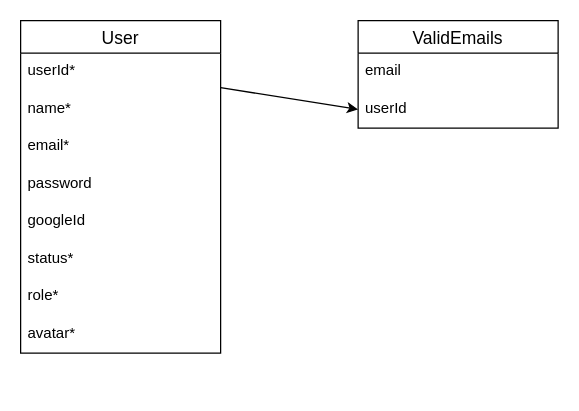
Before: db.drawio in ArvandMolla/bishekast-be, a draw.io diagram. Source tidied: cells renumbered, new cells numbered last; positions are measured from the earlier drawing's top-left corner, leaving out a move shared by most shapes. Both pictures are drawn from the tidied source at 125%, with x=0, y=0 at pixel (20, 20).
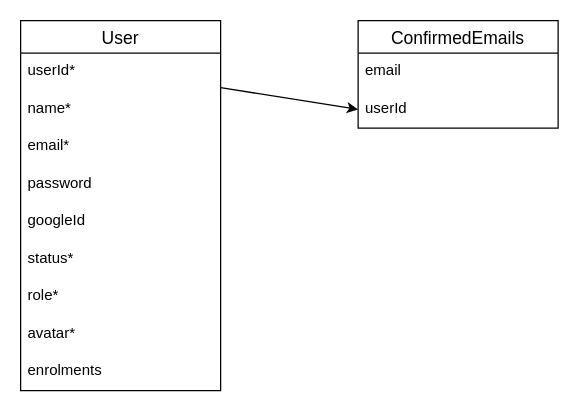
After the change.

Diff of the diagram source:
```diff
@@
 <mxGraphModel>
   <root>
     <mxCell id="0" />
     <mxCell id="1" parent="0" />
     <mxCell id="2" value="User" style="swimlane;fontStyle=0;horizontal=1;startSize=26;align=center;fontSize=14;" parent="1" vertex="1">
-      <mxGeometry width="160" height="266" as="geometry" />
+      <mxGeometry width="160" height="296" as="geometry" />
     </mxCell>
     <mxCell id="3" value="userId*" style="text;strokeColor=none;fillColor=none;spacingLeft=4;spacingRight=4;overflow=hidden;points=[[0,0.5],[1,0.5]];portConstraint=eastwest;fontSize=12;" parent="2" vertex="1">
       <mxGeometry y="26" width="160" height="30" as="geometry" />
     </mxCell>
     <mxCell id="4" value="name*" style="text;strokeColor=none;fillColor=none;spacingLeft=4;spacingRight=4;overflow=hidden;fontSize=12;" parent="2" vertex="1">
       <mxGeometry y="56" width="160" height="30" as="geometry" />
     </mxCell>
     <mxCell id="5" value="email*" style="text;strokeColor=none;fillColor=none;spacingLeft=4;spacingRight=4;overflow=hidden;fontSize=12;" parent="2" vertex="1">
       <mxGeometry y="86" width="160" height="30" as="geometry" />
     </mxCell>
     <mxCell id="6" value="password" style="text;strokeColor=none;fillColor=none;spacingLeft=4;spacingRight=4;overflow=hidden;fontSize=12;" parent="2" vertex="1">
       <mxGeometry y="116" width="160" height="30" as="geometry" />
     </mxCell>
     <mxCell id="7" value="googleId" style="text;strokeColor=none;fillColor=none;spacingLeft=4;spacingRight=4;overflow=hidden;fontSize=12;" parent="2" vertex="1">
       <mxGeometry y="146" width="160" height="30" as="geometry" />
     </mxCell>
     <mxCell id="8" value="status*" style="text;strokeColor=none;fillColor=none;spacingLeft=4;spacingRight=4;overflow=hidden;fontSize=12;" parent="2" vertex="1">
       <mxGeometry y="176" width="160" height="30" as="geometry" />
     </mxCell>
     <mxCell id="9" value="role*" style="text;strokeColor=none;fillColor=none;spacingLeft=4;spacingRight=4;overflow=hidden;fontSize=12;" parent="2" vertex="1">
       <mxGeometry y="206" width="160" height="30" as="geometry" />
     </mxCell>
     <mxCell id="10" value="avatar*" style="text;strokeColor=none;fillColor=none;spacingLeft=4;spacingRight=4;overflow=hidden;fontSize=12;" parent="2" vertex="1">
       <mxGeometry y="236" width="160" height="30" as="geometry" />
     </mxCell>
+    <mxCell id="15" value="enrolments" style="text;strokeColor=none;fillColor=none;spacingLeft=4;spacingRight=4;overflow=hidden;fontSize=12;" parent="2" vertex="1">
+      <mxGeometry y="266" width="160" height="30" as="geometry" />
+    </mxCell>
-    <mxCell id="11" value="ValidEmails" style="swimlane;fontStyle=0;horizontal=1;startSize=26;align=center;fontSize=14;" parent="1" vertex="1">
+    <mxCell id="11" value="ConfirmedEmails" style="swimlane;fontStyle=0;horizontal=1;startSize=26;align=center;fontSize=14;" parent="1" vertex="1">
       <mxGeometry x="270" width="160" height="86" as="geometry" />
     </mxCell>
     <mxCell id="12" value="email" style="text;strokeColor=none;fillColor=none;spacingLeft=4;spacingRight=4;overflow=hidden;fontSize=12;" parent="11" vertex="1">
       <mxGeometry y="26" width="160" height="30" as="geometry" />
     </mxCell>
     <mxCell id="13" value="userId" style="text;strokeColor=none;fillColor=none;spacingLeft=4;spacingRight=4;overflow=hidden;points=[[0,0.5],[1,0.5]];portConstraint=eastwest;fontSize=12;" parent="11" vertex="1">
       <mxGeometry y="56" width="160" height="30" as="geometry" />
     </mxCell>
     <mxCell id="14" style="edgeStyle=none;html=1;entryX=0;entryY=0.5;entryDx=0;entryDy=0;" parent="1" edge="1" source="3" target="13">
       <mxGeometry relative="1" as="geometry" />
     </mxCell>
   </root>
 </mxGraphModel>
```
